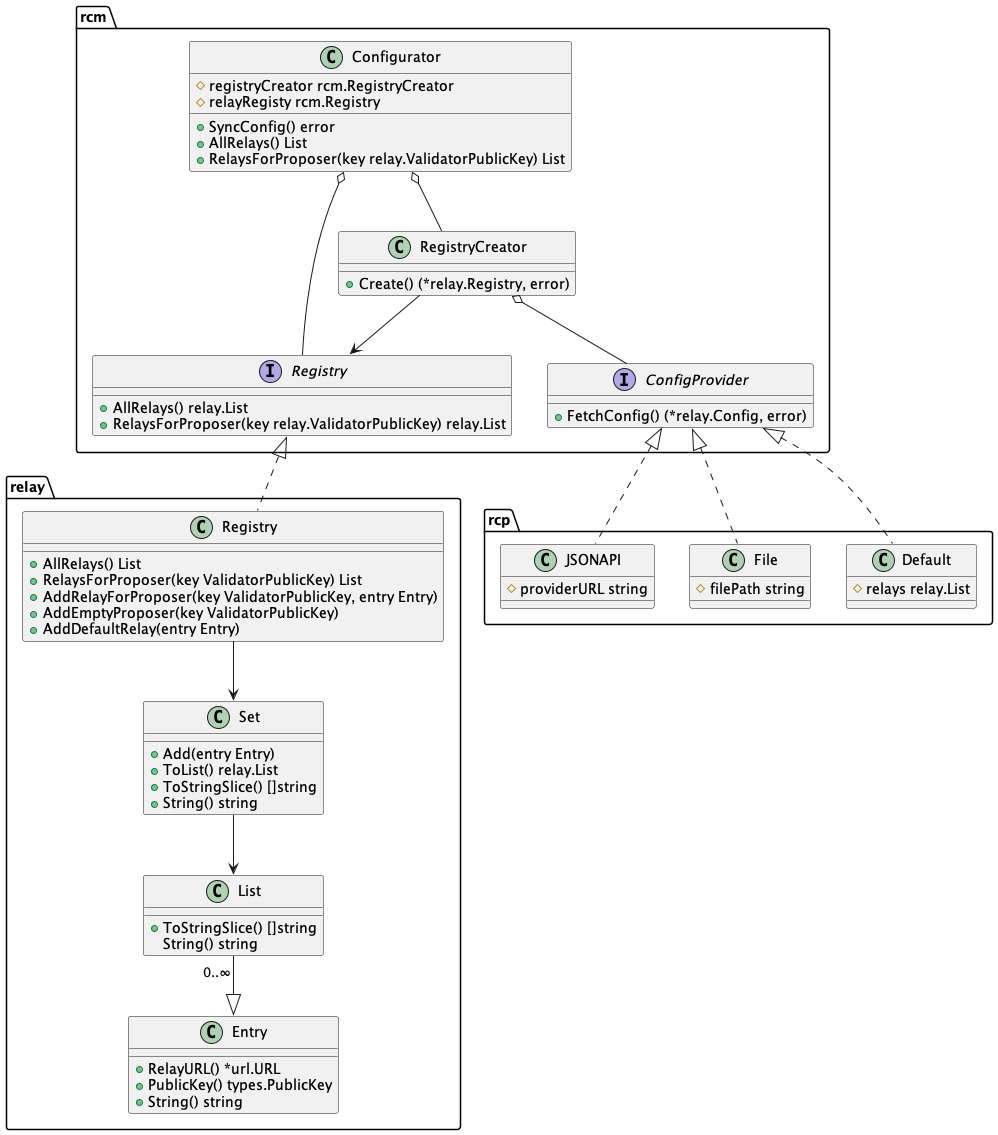
This is docs/rcm.png from flashbots/mev-boost, a PlantUML export, as it was before one commit.
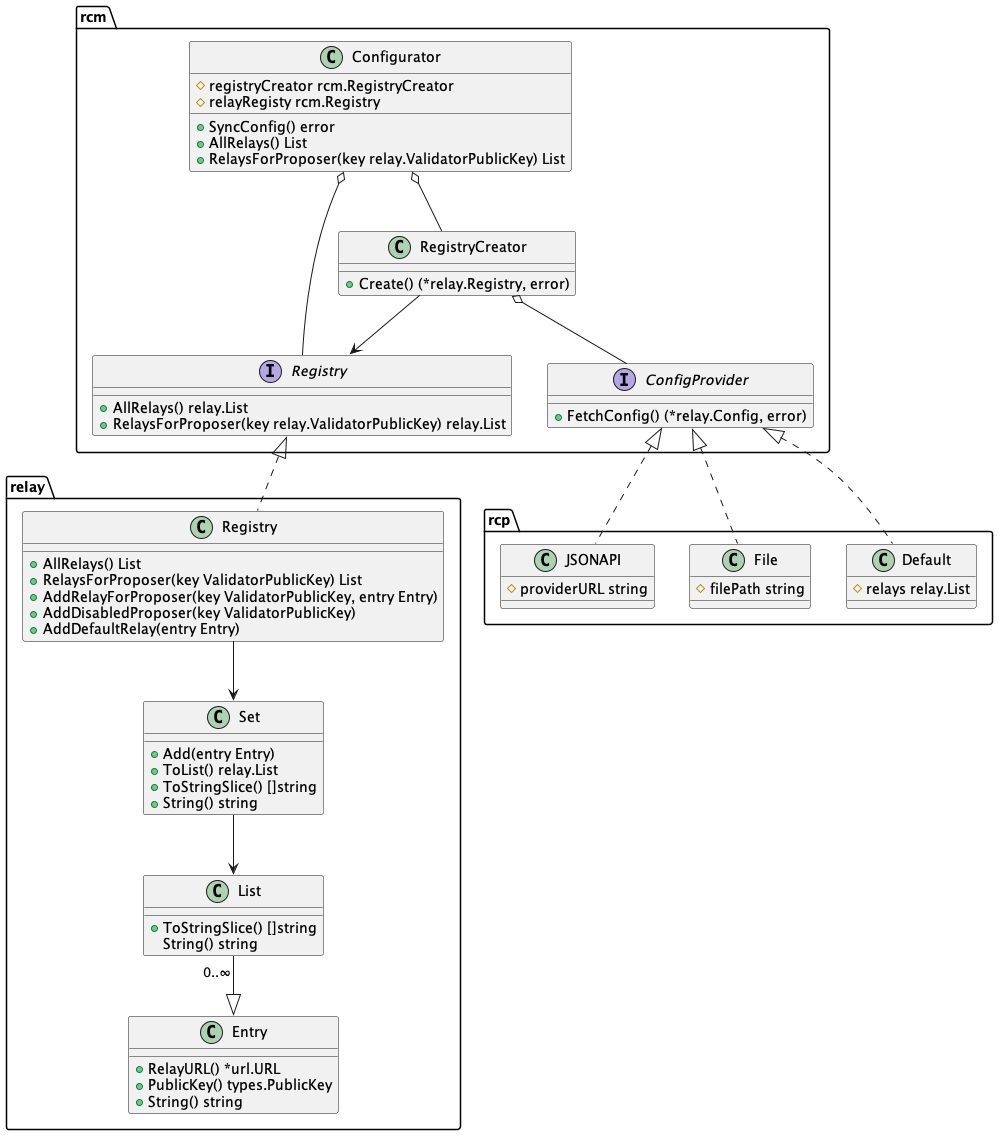
After the commit.

Diff of the diagram source:
```diff
@@ -26,7 +26,7 @@
   +AllRelays() List
   +RelaysForProposer(key ValidatorPublicKey) List
   +AddRelayForProposer(key ValidatorPublicKey, entry Entry)
-  +AddEmptyProposer(key ValidatorPublicKey)
+  +AddDisabledProposer(key ValidatorPublicKey)
   +AddDefaultRelay(entry Entry)
 }
 
```
